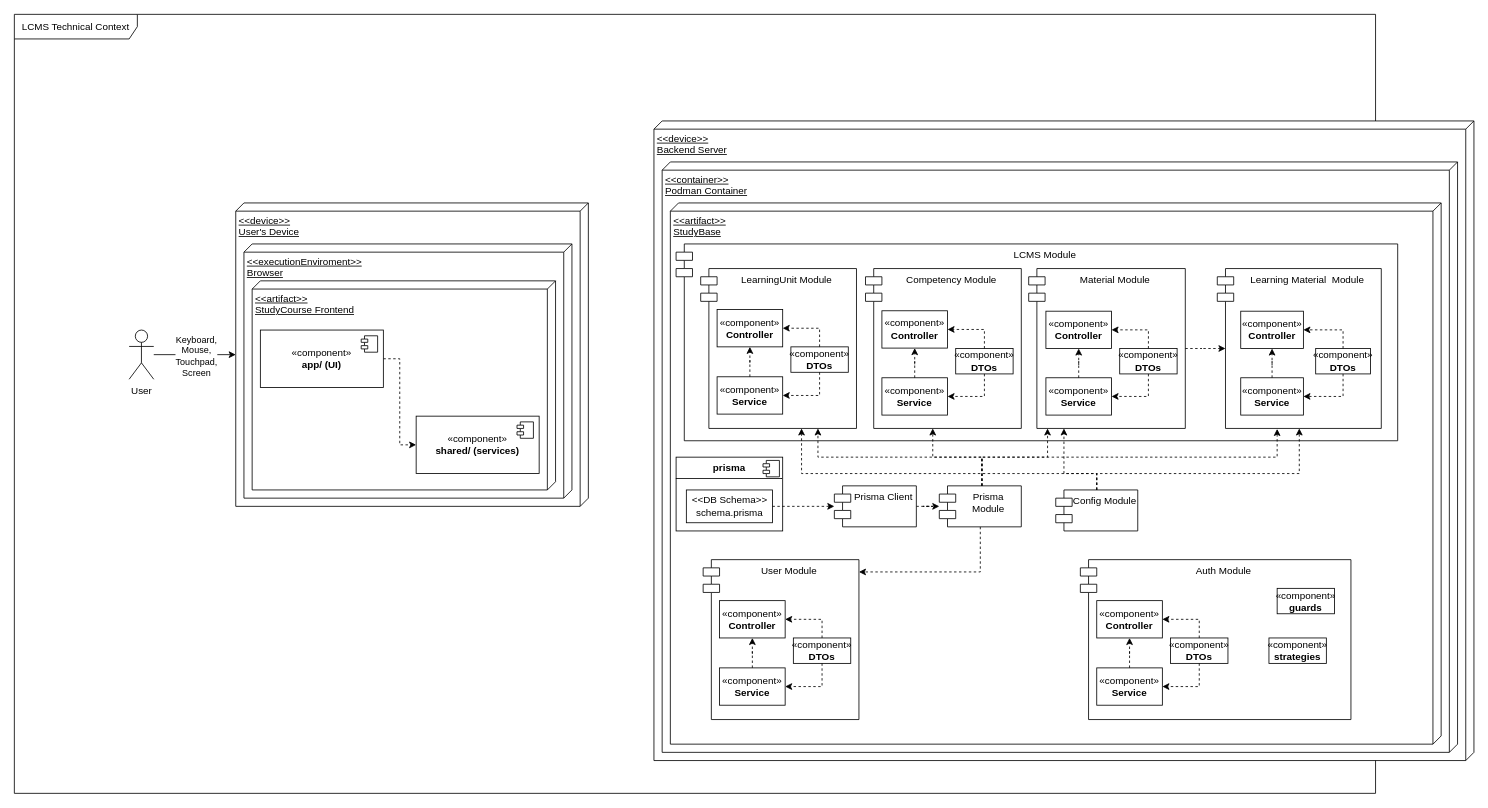
The draw.io diagram Technical_context_lcms.drawio in MarkTkachov/lcms_diagrams, before the edit. Source tidied: cells renumbered, new cells numbered last; positions are measured from the earlier drawing's top-left corner, leaving out a move shared by most shapes. Both pictures are drawn from the tidied source at 82%, with x=0, y=0 at pixel (14, 14).
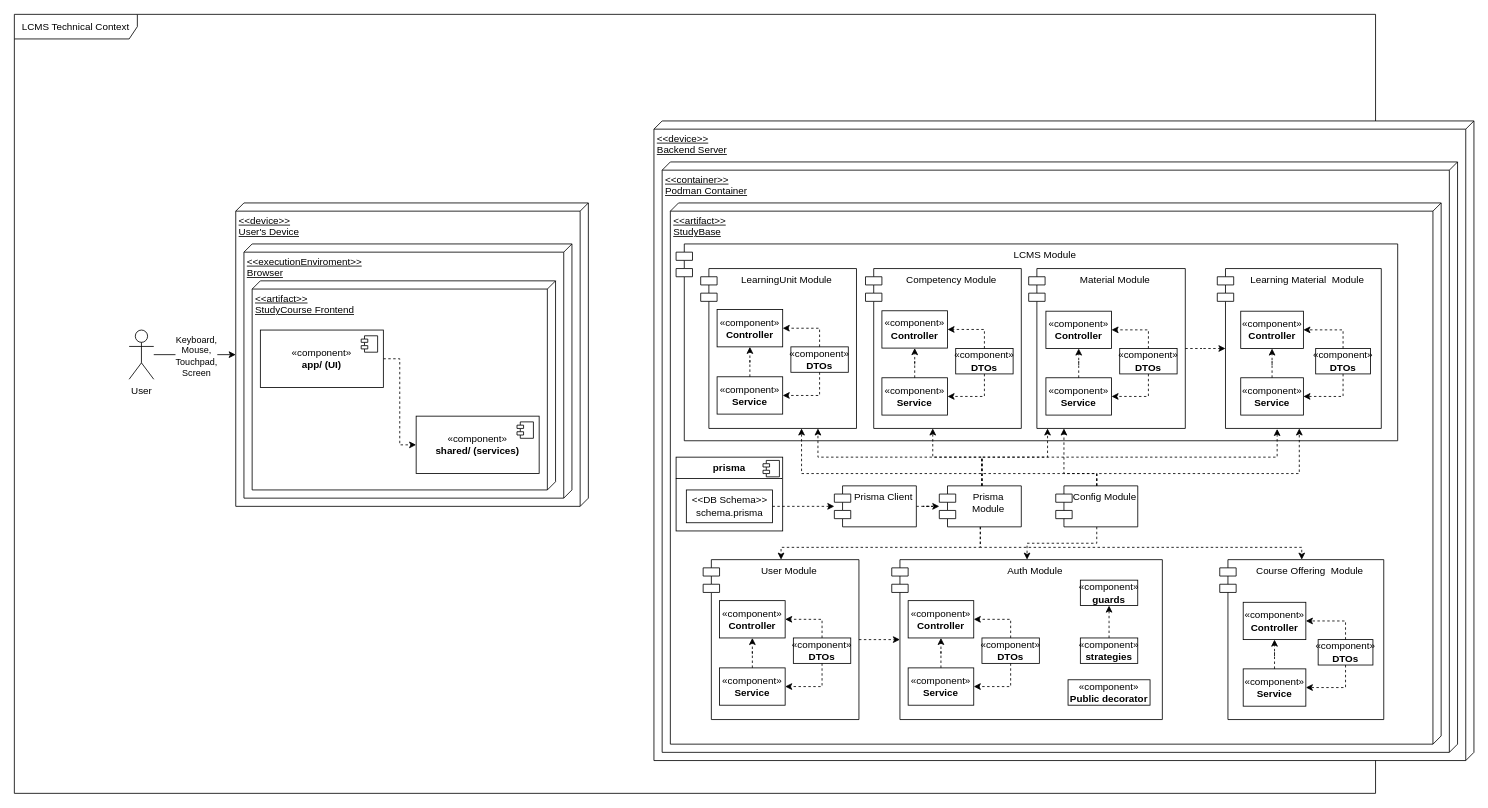
Above is the later version.

Unchanged cells that the change refers to:
```xml
<mxCell id="25" value="Prisma Module" style="shape=module;align=left;spacingLeft=20;align=center;verticalAlign=top;whiteSpace=wrap;html=1;" parent="1" vertex="1">
  <mxGeometry x="1128" y="575" width="100" height="50" as="geometry" />
</mxCell>
<mxCell id="69" value="User Module" style="shape=module;align=left;spacingLeft=20;align=center;verticalAlign=top;whiteSpace=wrap;html=1;" parent="68" vertex="1">
  <mxGeometry width="190" height="195" as="geometry" />
</mxCell>
```

Change to the diagram source:
```diff
@@
     <mxCell id="24" style="edgeStyle=orthogonalEdgeStyle;rounded=0;jettySize=auto;html=1;dashed=1;" parent="1" edge="1" source="25" target="69">
       <mxGeometry relative="1" as="geometry">
         <Array as="points">
-          <mxPoint x="1178" y="680" />
+          <mxPoint x="1178" y="650" />
+          <mxPoint x="935" y="650" />
         </Array>
       </mxGeometry>
     </mxCell>
+    <mxCell id="86" style="edgeStyle=orthogonalEdgeStyle;rounded=0;jettySize=auto;html=1;dashed=1;" parent="1" edge="1" source="25" target="93">
+      <mxGeometry relative="1" as="geometry">
+        <Array as="points">
+          <mxPoint x="1178" y="650" />
+          <mxPoint x="1570" y="650" />
+        </Array>
+      </mxGeometry>
+    </mxCell>
@@
+    <mxCell id="87" style="edgeStyle=orthogonalEdgeStyle;rounded=0;jettySize=auto;html=1;dashed=1;" parent="1" edge="1" source="26" target="77">
+      <mxGeometry relative="1" as="geometry">
+        <Array as="points">
+          <mxPoint x="1320" y="645" />
+          <mxPoint x="1235" y="645" />
+        </Array>
+      </mxGeometry>
+    </mxCell>
     <mxCell id="26" value="Config Module" style="shape=module;align=left;spacingLeft=20;align=center;verticalAlign=top;whiteSpace=wrap;html=1;" parent="1" vertex="1">
-      <mxGeometry x="1270" y="580" width="100" height="50" as="geometry" />
+      <mxGeometry x="1270" y="575" width="100" height="50" as="geometry" />
     </mxCell>
@@
+    <mxCell id="88" style="edgeStyle=orthogonalEdgeStyle;rounded=0;jettySize=auto;html=1;entryX=0;entryY=0.5;entryDx=10;entryDy=0;entryPerimeter=0;dashed=1;" parent="1" edge="1" source="69" target="77">
+      <mxGeometry relative="1" as="geometry" />
+    </mxCell>
+    <mxCell id="89" style="group;" parent="1" vertex="1">
+      <mxGeometry x="1070" y="665" width="330" height="195" as="geometry" />
+    </mxCell>
-    <mxCell id="77" value="Auth Module" style="shape=module;align=left;spacingLeft=20;align=center;verticalAlign=top;whiteSpace=wrap;html=1;" parent="1" vertex="1">
-      <mxGeometry x="1300" y="665" width="330" height="195" as="geometry" />
+    <mxCell id="77" value="Auth Module" style="shape=module;align=left;spacingLeft=20;align=center;verticalAlign=top;whiteSpace=wrap;html=1;" parent="89" vertex="1">
+      <mxGeometry width="330" height="195" as="geometry" />
     </mxCell>
-    <mxCell id="78" value="&lt;div&gt;«component»&lt;/div&gt;&lt;div&gt;&lt;b&gt;Controller&lt;/b&gt;&lt;/div&gt;" style="html=1;whiteSpace=wrap;" parent="1" vertex="1">
-      <mxGeometry x="1320" y="715" width="80" height="45.5" as="geometry" />
+    <mxCell id="78" value="&lt;div&gt;«component»&lt;/div&gt;&lt;div&gt;&lt;b&gt;Controller&lt;/b&gt;&lt;/div&gt;" style="html=1;whiteSpace=wrap;" parent="89" vertex="1">
+      <mxGeometry x="20" y="50" width="80" height="45.5" as="geometry" />
     </mxCell>
-    <mxCell id="79" value="&lt;div&gt;«component»&lt;/div&gt;&lt;div&gt;&lt;b&gt;Service&lt;/b&gt;&lt;/div&gt;" style="html=1;whiteSpace=wrap;" parent="1" vertex="1">
-      <mxGeometry x="1320" y="797" width="80" height="45.5" as="geometry" />
+    <mxCell id="79" value="&lt;div&gt;«component»&lt;/div&gt;&lt;div&gt;&lt;b&gt;Service&lt;/b&gt;&lt;/div&gt;" style="html=1;whiteSpace=wrap;" parent="89" vertex="1">
+      <mxGeometry x="20" y="132" width="80" height="45.5" as="geometry" />
     </mxCell>
-    <mxCell id="80" value="«component»&lt;br&gt;&lt;b&gt;DTOs&lt;/b&gt;" style="html=1;whiteSpace=wrap;" parent="1" vertex="1">
-      <mxGeometry x="1410" y="760.5" width="70" height="31" as="geometry" />
+    <mxCell id="80" value="«component»&lt;br&gt;&lt;b&gt;DTOs&lt;/b&gt;" style="html=1;whiteSpace=wrap;" parent="89" vertex="1">
+      <mxGeometry x="110" y="95.5" width="70" height="31" as="geometry" />
     </mxCell>
+    <mxCell id="84" value="«component»&lt;br&gt;&lt;b&gt;guards&lt;/b&gt;" style="html=1;whiteSpace=wrap;" parent="89" vertex="1">
+      <mxGeometry x="230" y="25" width="70" height="31" as="geometry" />
+    </mxCell>
+    <mxCell id="85" value="«component»&lt;br&gt;&lt;b&gt;strategies&lt;/b&gt;" style="html=1;whiteSpace=wrap;" parent="89" vertex="1">
+      <mxGeometry x="230" y="95.5" width="70" height="31" as="geometry" />
+    </mxCell>
+    <mxCell id="90" value="&lt;div&gt;«component»&lt;/div&gt;&lt;b&gt;Public decorator&lt;/b&gt;" style="html=1;whiteSpace=wrap;" parent="89" vertex="1">
+      <mxGeometry x="215" y="146.5" width="100" height="31" as="geometry" />
+    </mxCell>
-    <mxCell id="81" style="edgeStyle=orthogonalEdgeStyle;rounded=0;jettySize=auto;html=1;entryX=0.5;entryY=1;entryDx=0;entryDy=0;dashed=1;" parent="1" edge="1" source="79" target="78">
+    <mxCell id="81" style="edgeStyle=orthogonalEdgeStyle;rounded=0;jettySize=auto;html=1;entryX=0.5;entryY=1;entryDx=0;entryDy=0;dashed=1;" parent="89" edge="1" source="79" target="78">
       <mxGeometry relative="1" as="geometry" />
     </mxCell>
-    <mxCell id="82" style="edgeStyle=orthogonalEdgeStyle;rounded=0;jettySize=auto;html=1;entryX=1;entryY=0.5;entryDx=0;entryDy=0;exitX=0.5;exitY=1;exitDx=0;exitDy=0;dashed=1;" parent="1" edge="1" source="80" target="79">
+    <mxCell id="82" style="edgeStyle=orthogonalEdgeStyle;rounded=0;jettySize=auto;html=1;entryX=1;entryY=0.5;entryDx=0;entryDy=0;exitX=0.5;exitY=1;exitDx=0;exitDy=0;dashed=1;" parent="89" edge="1" source="80" target="79">
       <mxGeometry relative="1" as="geometry" />
     </mxCell>
-    <mxCell id="83" style="edgeStyle=orthogonalEdgeStyle;rounded=0;jettySize=auto;html=1;entryX=1;entryY=0.5;entryDx=0;entryDy=0;exitX=0.5;exitY=0;exitDx=0;exitDy=0;dashed=1;" parent="1" edge="1" source="80" target="78">
+    <mxCell id="83" style="edgeStyle=orthogonalEdgeStyle;rounded=0;jettySize=auto;html=1;entryX=1;entryY=0.5;entryDx=0;entryDy=0;exitX=0.5;exitY=0;exitDx=0;exitDy=0;dashed=1;" parent="89" edge="1" source="80" target="78">
       <mxGeometry relative="1" as="geometry" />
     </mxCell>
-    <mxCell id="84" value="«component»&lt;br&gt;&lt;b&gt;guards&lt;/b&gt;" style="html=1;whiteSpace=wrap;" parent="1" vertex="1">
-      <mxGeometry x="1540" y="700" width="70" height="31" as="geometry" />
-    </mxCell>
-    <mxCell id="85" value="«component»&lt;br&gt;&lt;b&gt;strategies&lt;/b&gt;" style="html=1;whiteSpace=wrap;" parent="1" vertex="1">
-      <mxGeometry x="1530" y="760.5" width="70" height="31" as="geometry" />
-    </mxCell>
+    <mxCell id="91" style="edgeStyle=orthogonalEdgeStyle;rounded=0;jettySize=auto;html=1;entryX=0.5;entryY=1;entryDx=0;entryDy=0;dashed=1;" parent="89" edge="1" source="85" target="84">
+      <mxGeometry relative="1" as="geometry" />
+    </mxCell>
+    <mxCell id="92" style="group;" parent="1" vertex="1">
+      <mxGeometry x="1470" y="665" width="210" height="195" as="geometry" />
+    </mxCell>
+    <mxCell id="93" value="Course Offering&amp;nbsp; Module" style="shape=module;align=left;spacingLeft=20;align=center;verticalAlign=top;whiteSpace=wrap;html=1;" parent="92" vertex="1">
+      <mxGeometry width="200" height="195" as="geometry" />
+    </mxCell>
+    <mxCell id="94" value="&lt;div&gt;«component»&lt;/div&gt;&lt;div&gt;&lt;b&gt;Controller&lt;/b&gt;&lt;/div&gt;" style="html=1;whiteSpace=wrap;" parent="92" vertex="1">
+      <mxGeometry x="28.6" y="52" width="76.4" height="45.5" as="geometry" />
+    </mxCell>
+    <mxCell id="95" value="&lt;div&gt;«component»&lt;/div&gt;&lt;div&gt;&lt;b&gt;Service&lt;/b&gt;&lt;/div&gt;" style="html=1;whiteSpace=wrap;" parent="92" vertex="1">
+      <mxGeometry x="28.6" y="133.2" width="76.4" height="45.5" as="geometry" />
+    </mxCell>
+    <mxCell id="96" value="«component»&lt;br&gt;&lt;b&gt;DTOs&lt;/b&gt;" style="html=1;whiteSpace=wrap;" parent="92" vertex="1">
+      <mxGeometry x="120" y="97.5" width="66.8" height="31" as="geometry" />
+    </mxCell>
+    <mxCell id="97" style="edgeStyle=orthogonalEdgeStyle;rounded=0;jettySize=auto;html=1;entryX=0.5;entryY=1;entryDx=0;entryDy=0;dashed=1;" parent="92" edge="1" source="95" target="94">
+      <mxGeometry relative="1" as="geometry" />
+    </mxCell>
+    <mxCell id="98" style="edgeStyle=orthogonalEdgeStyle;rounded=0;jettySize=auto;html=1;entryX=1;entryY=0.5;entryDx=0;entryDy=0;exitX=0.5;exitY=1;exitDx=0;exitDy=0;dashed=1;" parent="92" edge="1" source="96" target="95">
+      <mxGeometry relative="1" as="geometry" />
+    </mxCell>
+    <mxCell id="99" style="edgeStyle=orthogonalEdgeStyle;rounded=0;jettySize=auto;html=1;entryX=1;entryY=0.5;entryDx=0;entryDy=0;exitX=0.5;exitY=0;exitDx=0;exitDy=0;dashed=1;" parent="92" edge="1" source="96" target="94">
+      <mxGeometry relative="1" as="geometry" />
+    </mxCell>
```
